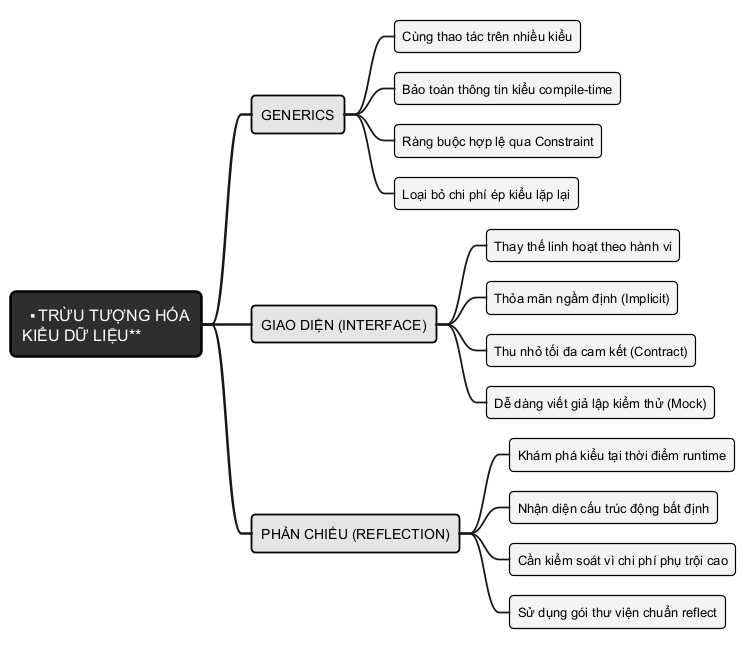
Before: assets/diagrams/type-information-boundaries.png, a diagram exported from PlantUML (Minhlike/Golang).
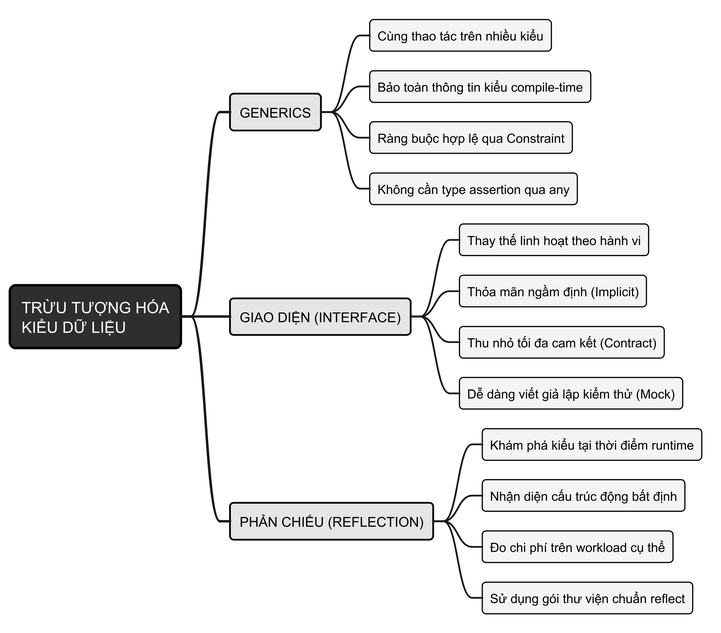
Later version of the same file.

Diff of the diagram source:
```diff
@@ -1,4 +1,5 @@
 @startmindmap
+skinparamlocked dpi 300
 skinparam backgroundColor white
 skinparam defaultFontName "Source Sans 3"
 skinparam defaultFontSize 14
@@ -31,12 +32,12 @@
   }
 }
 </style>
-* **TRỪU TƯỢNG HÓA\nKIỂU DỮ LIỆU**
+* TRỪU TƯỢNG HÓA\nKIỂU DỮ LIỆU
 ** GENERICS
 *** Cùng thao tác trên nhiều kiểu
 *** Bảo toàn thông tin kiểu compile-time
 *** Ràng buộc hợp lệ qua Constraint
-*** Loại bỏ chi phí ép kiểu lặp lại
+*** Không cần type assertion qua any
 ** GIAO DIỆN (INTERFACE)
 *** Thay thế linh hoạt theo hành vi
 *** Thỏa mãn ngầm định (Implicit)
@@ -45,6 +46,6 @@
 ** PHẢN CHIẾU (REFLECTION)
 *** Khám phá kiểu tại thời điểm runtime
 *** Nhận diện cấu trúc động bất định
-*** Cần kiểm soát vì chi phí phụ trội cao
+*** Đo chi phí trên workload cụ thể
 *** Sử dụng gói thư viện chuẩn reflect
 @endmindmap
```
